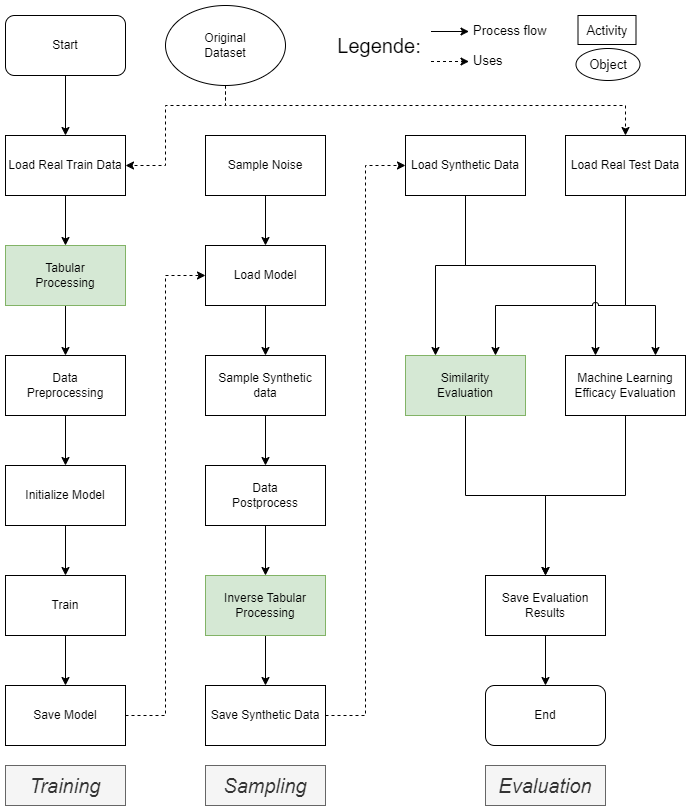
SvenGroen/Masterarbeit keeps this draw.io diagram as images/Overall_changed.png. Above is the earlier version. Source tidied: cells renumbered, new cells last; positions are measured from the earlier drawing's top-left corner, leaving out a move shared by most shapes.
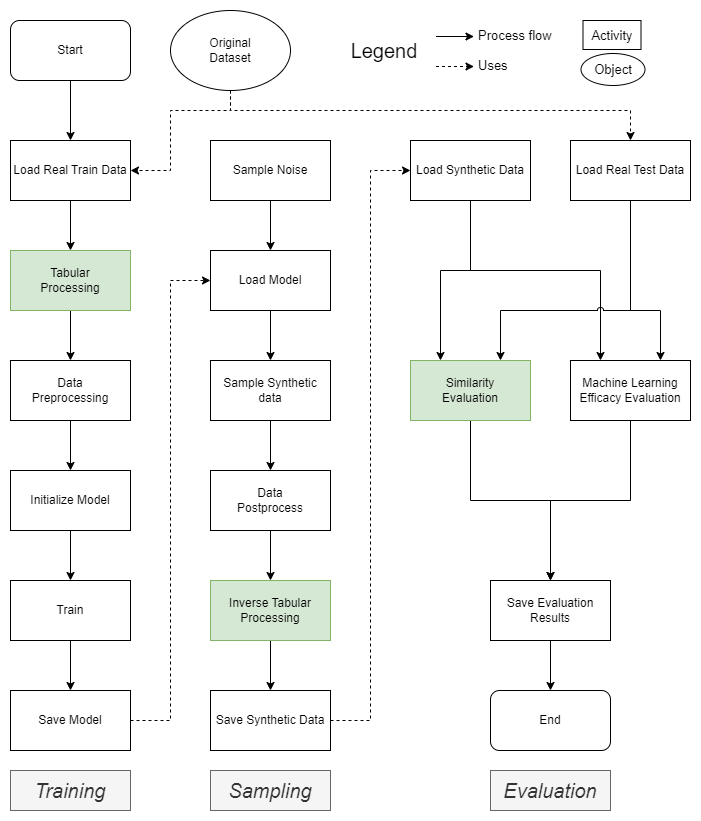
After the commit.

The edit, as a diff of the source:
```diff
@@ -157,7 +157,7 @@
         <mxPoint x="463.5" y="26" as="targetPoint" />
       </mxGeometry>
     </mxCell>
-    <mxCell id="42" value="Legende:" style="text;html=1;strokeColor=none;fillColor=none;align=center;verticalAlign=middle;whiteSpace=wrap;rounded=0;fontSize=20;" parent="1" vertex="1">
+    <mxCell id="42" value="Legend" style="text;html=1;strokeColor=none;fillColor=none;align=center;verticalAlign=middle;whiteSpace=wrap;rounded=0;fontSize=20;" parent="1" vertex="1">
       <mxGeometry x="334" y="25" width="80" height="30" as="geometry" />
     </mxCell>
     <mxCell id="43" value="Process flow" style="text;html=1;strokeColor=none;fillColor=none;align=left;verticalAlign=middle;whiteSpace=wrap;rounded=0;fontSize=13;" parent="1" vertex="1">
```
